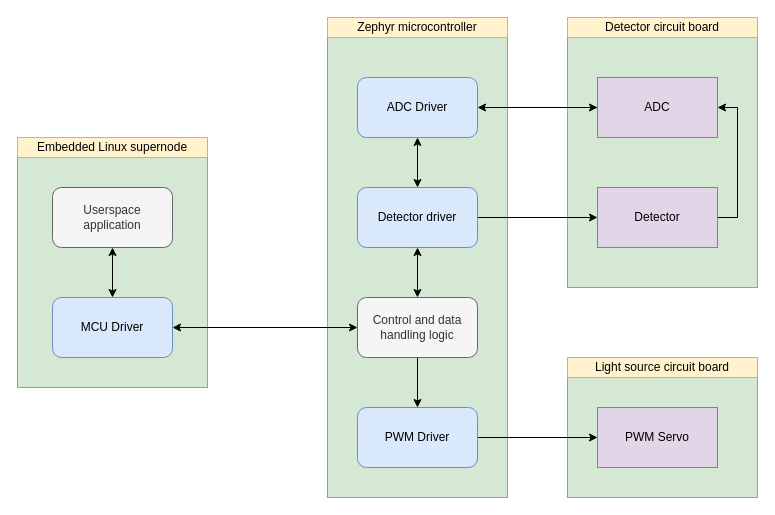
This is charts/mcu.drawio from sesimo/monorepo, a draw.io file, before an edit. Source tidied: cells renumbered, new cells numbered last; positions are measured from the earlier drawing's top-left corner, leaving out a move shared by most shapes. Both pictures are drawn from the tidied source at 100%, with x=0, y=0 at pixel (17, 17).
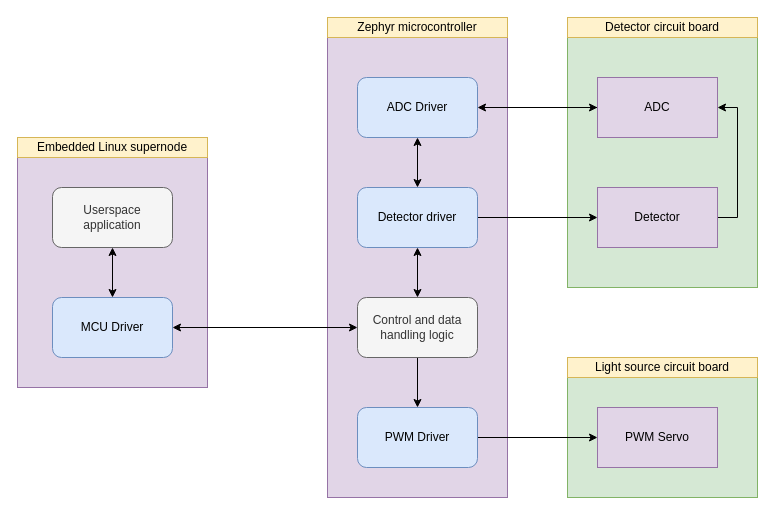
After the change.

Commit message:
charts: MCU,SoM background ->purple

What changed in the source:
```diff
@@
-    <mxCell id="8" style="rounded=0;whiteSpace=wrap;html=1;fillColor=#d5e8d4;strokeColor=#82b366;" parent="1" vertex="1">
+    <mxCell id="8" style="rounded=0;whiteSpace=wrap;html=1;fillColor=#e1d5e7;strokeColor=#9673a6;" parent="1" vertex="1">
       <mxGeometry x="310" y="20" width="180" height="460" as="geometry" />
     </mxCell>
@@
-    <mxCell id="19" style="rounded=0;whiteSpace=wrap;html=1;fillColor=#d5e8d4;strokeColor=#82b366;" parent="1" vertex="1">
+    <mxCell id="19" style="rounded=0;whiteSpace=wrap;html=1;fillColor=#e1d5e7;strokeColor=#9673a6;" parent="1" vertex="1">
       <mxGeometry y="140" width="190" height="230" as="geometry" />
     </mxCell>
```
